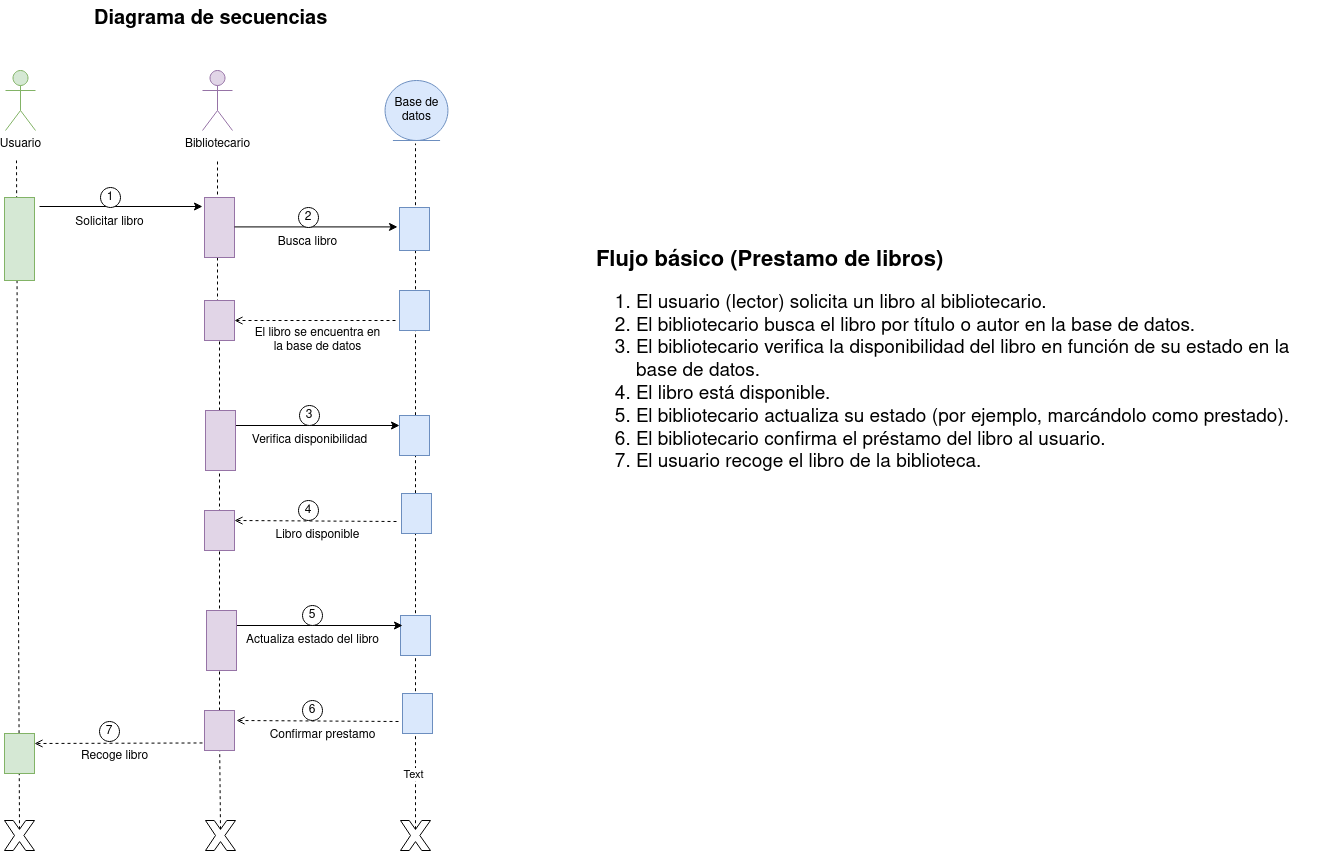
The draw.io diagram diagramas/tarea2 (biblioteca)/diagrama_secuencias_gestion_biblioteca.png in Chugani05/entorno_de_desarrollo, before a commit. Source tidied: cells renumbered, new cells last; positions are measured from the earlier drawing's top-left corner, leaving out a move shared by most shapes.
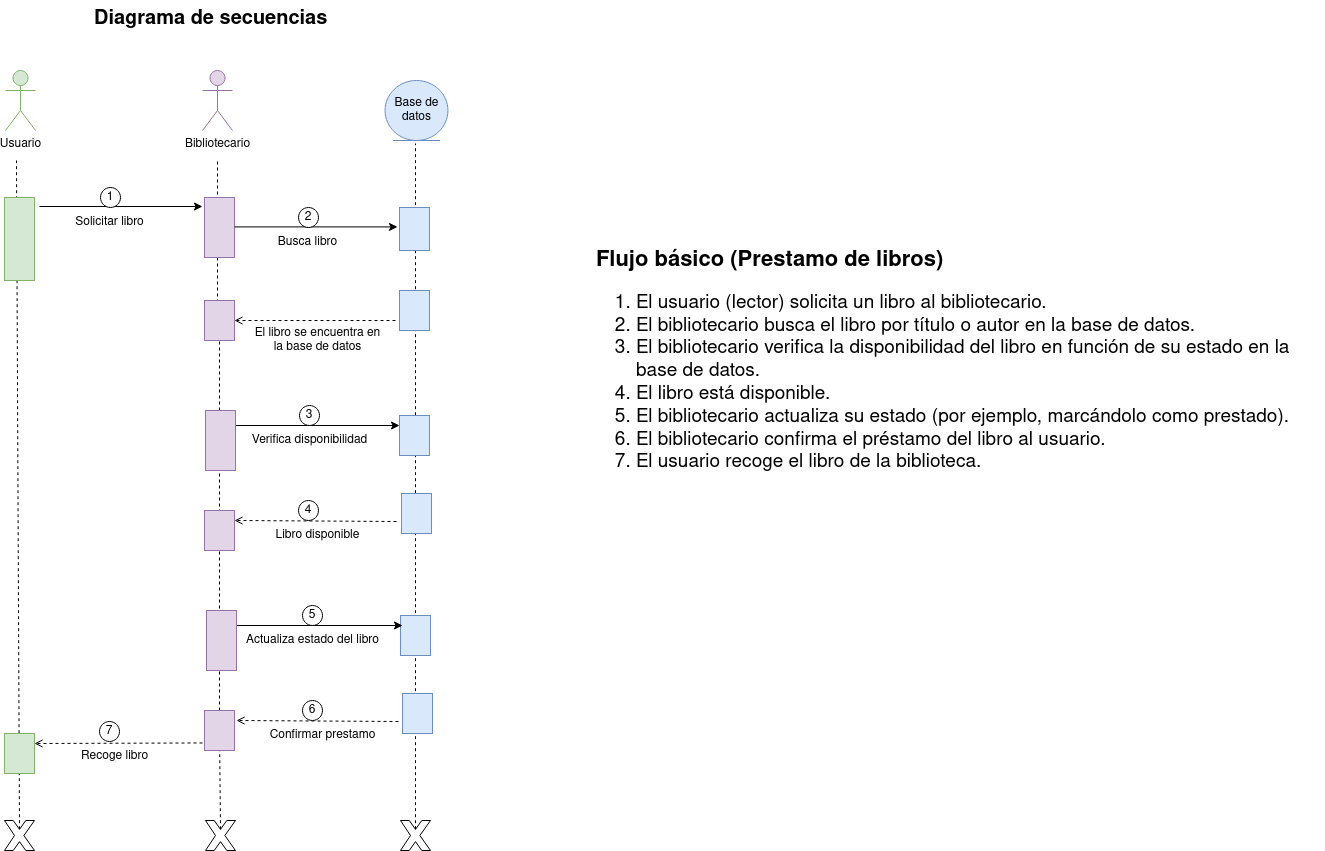
After the change.

The edit, as a diff of the source:
```diff
@@ -57,11 +57,6 @@
         <mxPoint x="411" y="143" as="targetPoint" />
       </mxGeometry>
     </mxCell>
-    <mxCell id="16" value="Text" style="edgeLabel;html=1;align=center;verticalAlign=middle;" parent="15" vertex="1">
-      <mxGeometry x="-0.84" y="3" relative="1" as="geometry">
-        <mxPoint y="-1" as="offset" />
-      </mxGeometry>
-    </mxCell>
     <mxCell id="17" value="Usuario" style="shape=umlActor;verticalLabelPosition=bottom;verticalAlign=top;html=1;fillColor=#d5e8d4;strokeColor=#82b366;" parent="1" vertex="1">
       <mxGeometry x="1" y="70" width="30" height="60" as="geometry" />
     </mxCell>
```
